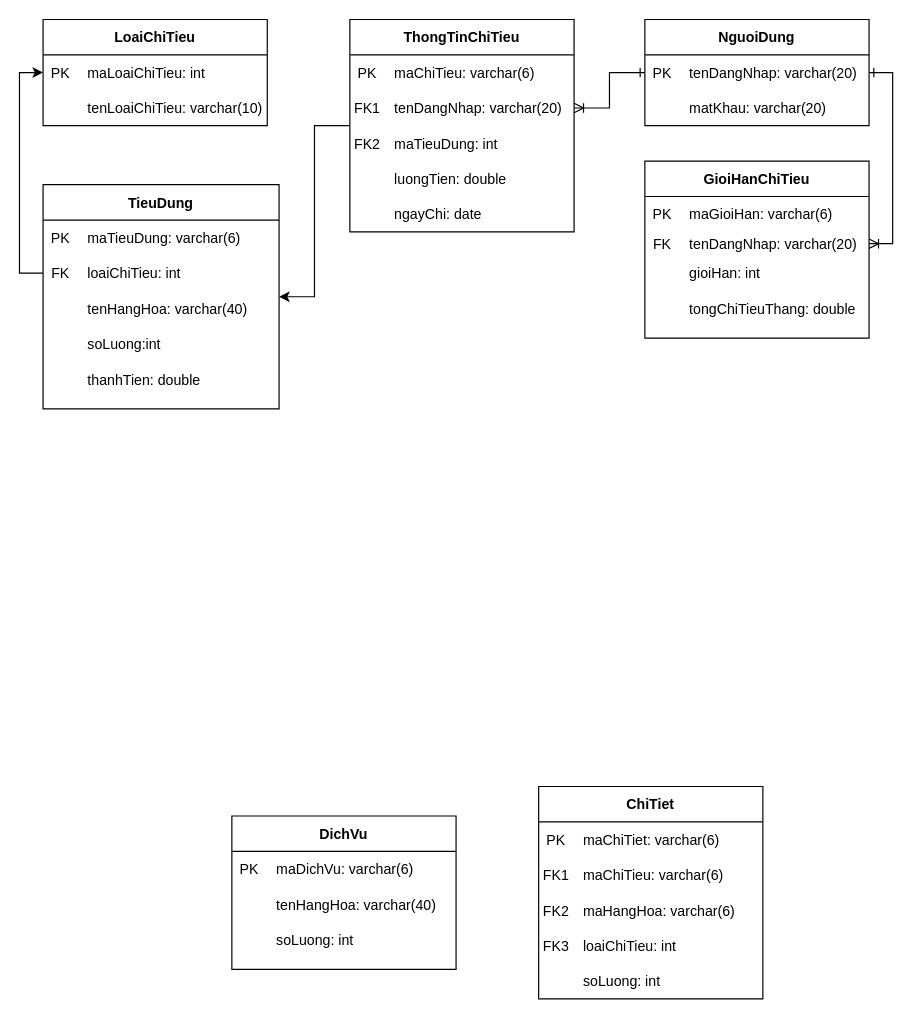
Above: Diagrams/ERD.drawio in AkallHuynh/IS216.L21.HTCL-Java (draw.io), before the change. Source tidied: cells renumbered, new cells numbered last; positions are measured from the earlier drawing's top-left corner, leaving out a move shared by most shapes. Both pictures are drawn from the tidied source at 118%, with x=0, y=0 at pixel (19, 19).
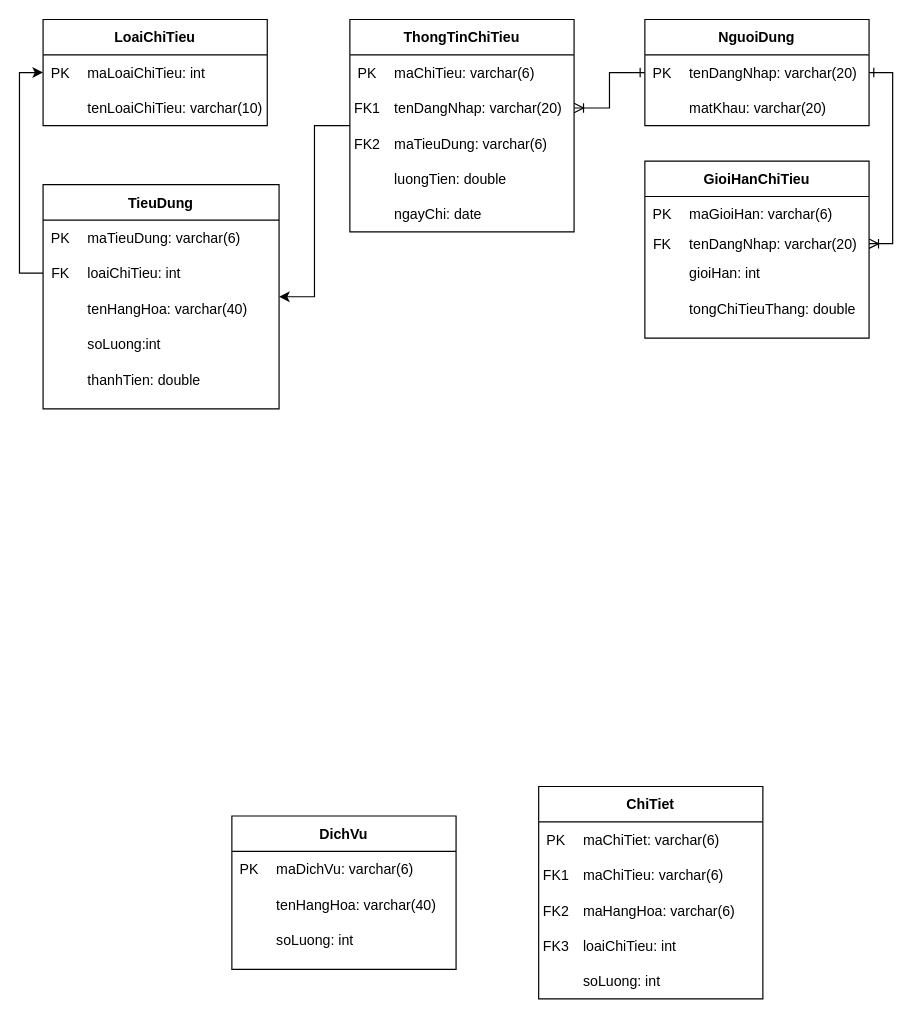
Above is the later version.

The change refers to these unchanged cells:
```xml
<mxCell id="11" style="shape=partialRectangle;fillColor=none;top=0;left=0;bottom=0;right=0;" parent="4" vertex="1">
  <mxGeometry y="60" width="190" height="30" as="geometry" />
</mxCell>
```

What changed in the source:
```diff
@@
-    <mxCell id="13" value="maTieuDung: int" style="shape=partialRectangle;fillColor=none;top=0;left=0;bottom=0;right=0;align=left;spacingLeft=6;overflow=hidden;" parent="11" vertex="1">
+    <mxCell id="13" value="maTieuDung: varchar(6)" style="shape=partialRectangle;fillColor=none;top=0;left=0;bottom=0;right=0;align=left;spacingLeft=6;overflow=hidden;" parent="11" vertex="1">
       <mxGeometry x="30" width="160" height="30" as="geometry" />
     </mxCell>
```
